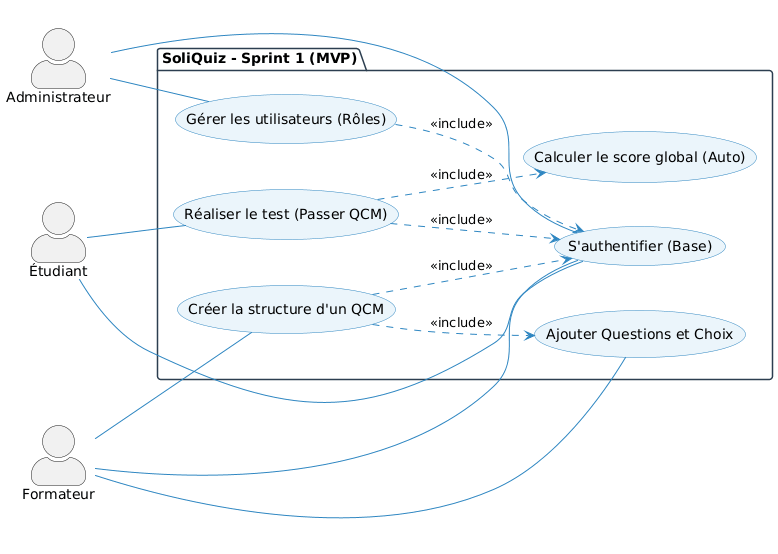
Above: images/cas-utilisation-sprint-1-mvp.png in SoliQuiz/Rapport (PlantUML), before the change.
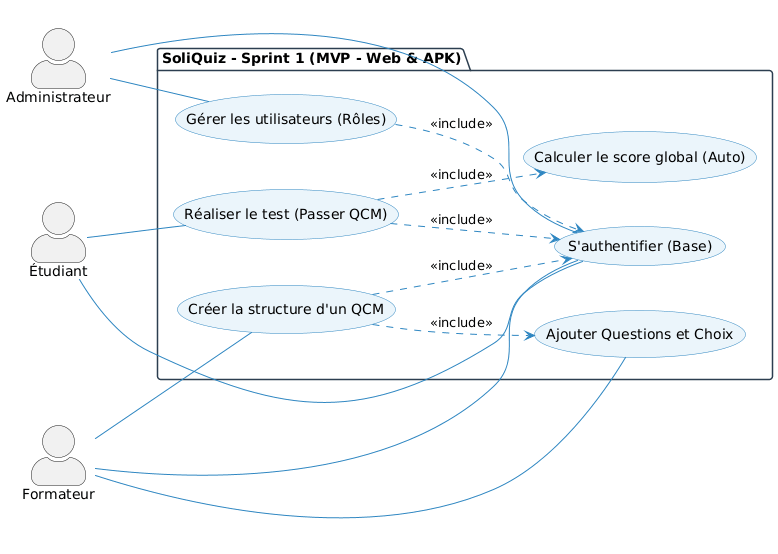
After the change.

Commit message:
feat: Add use case diagrams for global, sprint 1 MVP, and sprint 2 progress.

Diff of the diagram source:
```diff
@@ -13,7 +13,7 @@
 actor "Administrateur" as A
 actor "Formateur" as F
 actor "Étudiant" as E
-package "SoliQuiz - Sprint 1 (MVP)" {
+package "SoliQuiz - Sprint 1 (MVP - Web & APK)" {
     usecase "Gérer les utilisateurs (Rôles)" as UC1_6
     usecase "S'authentifier (Base)" as UC1_5
     usecase "Créer la structure d'un QCM" as UC1_1
```
